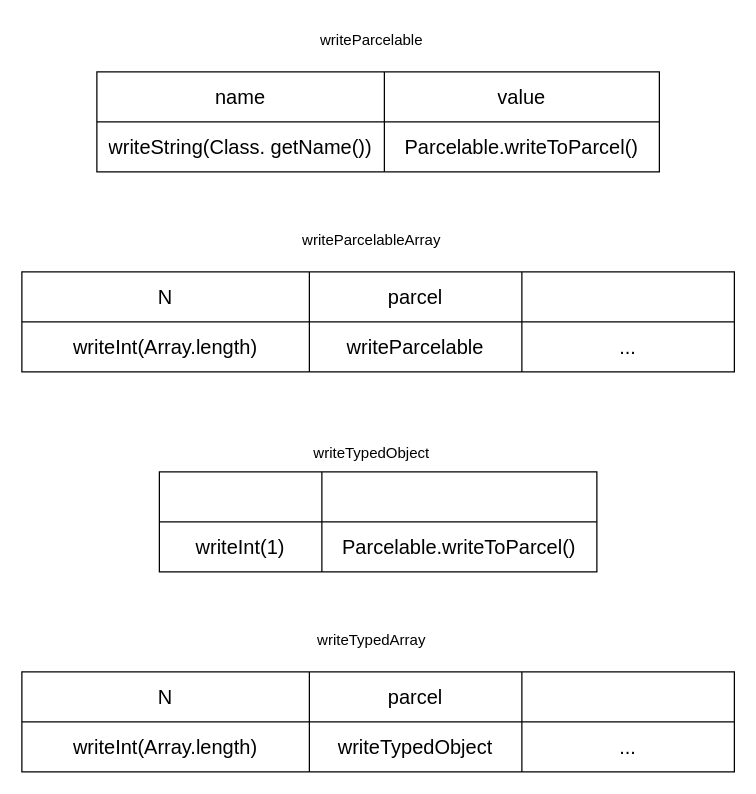
Earlier version of the draw.io diagram android_parcelable.drawio (f23505106/drawio). Source tidied: cells renumbered, new cells numbered last; positions are measured from the earlier drawing's top-left corner, leaving out a move shared by most shapes. Both pictures are drawn from the tidied source at 125%, with x=0, y=0 at pixel (21, 21).
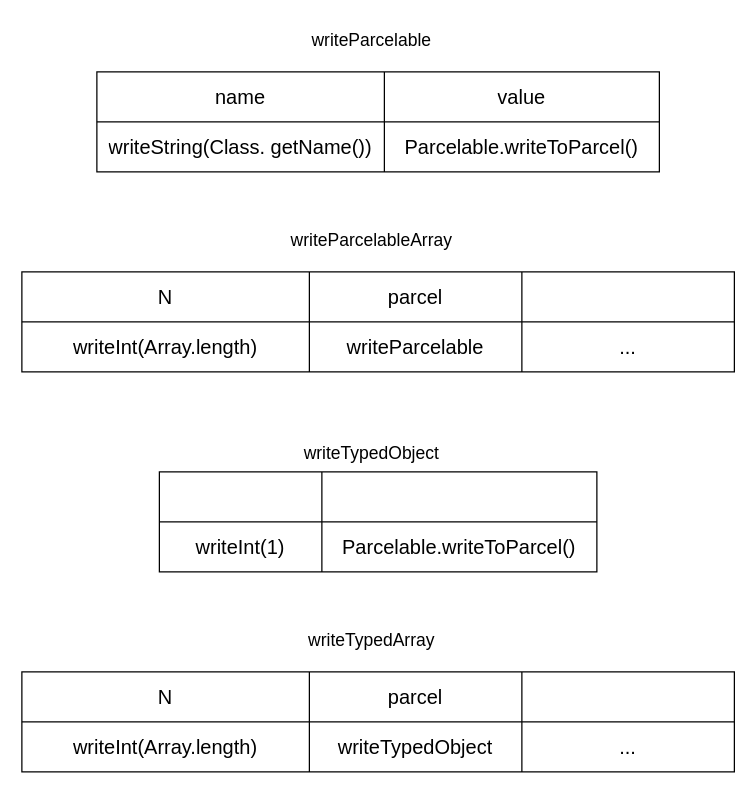
The same diagram, later.

Diff of the diagram source:
```diff
@@
-    <mxCell id="9" value="writeParcelable" style="text;html=1;strokeColor=none;fillColor=none;align=center;verticalAlign=middle;whiteSpace=wrap;rounded=0;" parent="1" vertex="1">
+    <mxCell id="9" value="&lt;font style=&quot;font-size: 14px;&quot;&gt;writeParcelable&lt;/font&gt;" style="text;html=1;strokeColor=none;fillColor=none;align=center;verticalAlign=middle;whiteSpace=wrap;rounded=0;" parent="1" vertex="1">
       <mxGeometry x="250" width="60" height="30" as="geometry" />
     </mxCell>
@@
-    <mxCell id="19" value="writeParcelableArray" style="text;html=1;strokeColor=none;fillColor=none;align=center;verticalAlign=middle;whiteSpace=wrap;rounded=0;" parent="1" vertex="1">
+    <mxCell id="19" value="&lt;font style=&quot;font-size: 14px;&quot;&gt;writeParcelableArray&lt;/font&gt;" style="text;html=1;strokeColor=none;fillColor=none;align=center;verticalAlign=middle;whiteSpace=wrap;rounded=0;" parent="1" vertex="1">
       <mxGeometry x="250" y="160" width="60" height="30" as="geometry" />
     </mxCell>
@@
-    <mxCell id="36" value="writeTypedObject" style="text;html=1;strokeColor=none;fillColor=none;align=center;verticalAlign=middle;whiteSpace=wrap;rounded=0;" parent="1" vertex="1">
+    <mxCell id="36" value="&lt;font style=&quot;font-size: 14px;&quot;&gt;writeTypedObject&lt;/font&gt;" style="text;html=1;strokeColor=none;fillColor=none;align=center;verticalAlign=middle;whiteSpace=wrap;rounded=0;" parent="1" vertex="1">
       <mxGeometry x="250" y="330" width="60" height="30" as="geometry" />
     </mxCell>
-    <mxCell id="37" value="writeTypedArray" style="text;html=1;strokeColor=none;fillColor=none;align=center;verticalAlign=middle;whiteSpace=wrap;rounded=0;" parent="1" vertex="1">
+    <mxCell id="37" value="&lt;font style=&quot;font-size: 14px;&quot;&gt;writeTypedArray&lt;/font&gt;" style="text;html=1;strokeColor=none;fillColor=none;align=center;verticalAlign=middle;whiteSpace=wrap;rounded=0;" parent="1" vertex="1">
       <mxGeometry x="250" y="480" width="60" height="30" as="geometry" />
     </mxCell>
```
